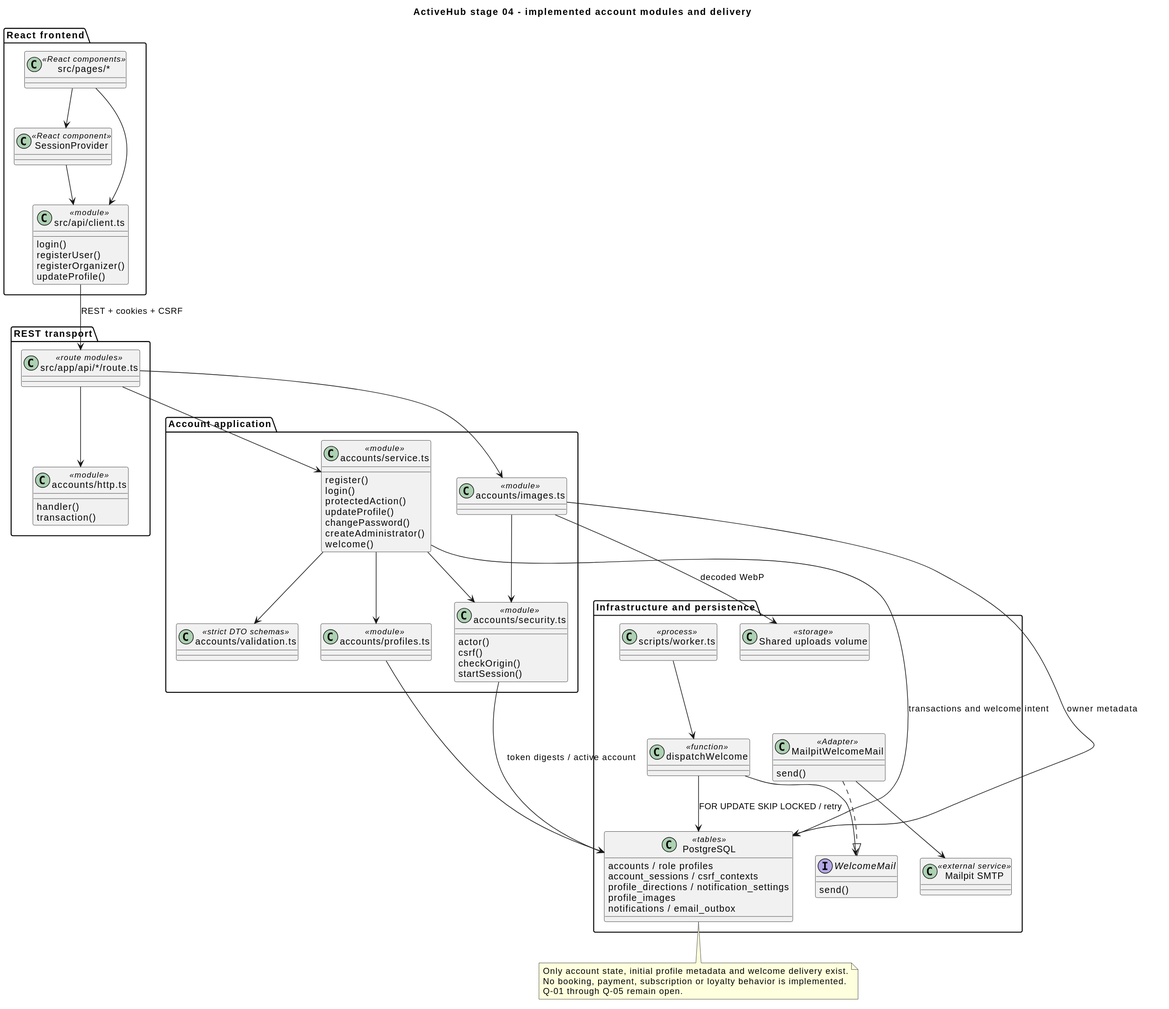
The PlantUML diagram docs/diagrams/accounts-current.svg in Vitaliiir16/activehub-backend, before a commit. Its source is kept beside it as docs/diagrams/accounts-current.puml.
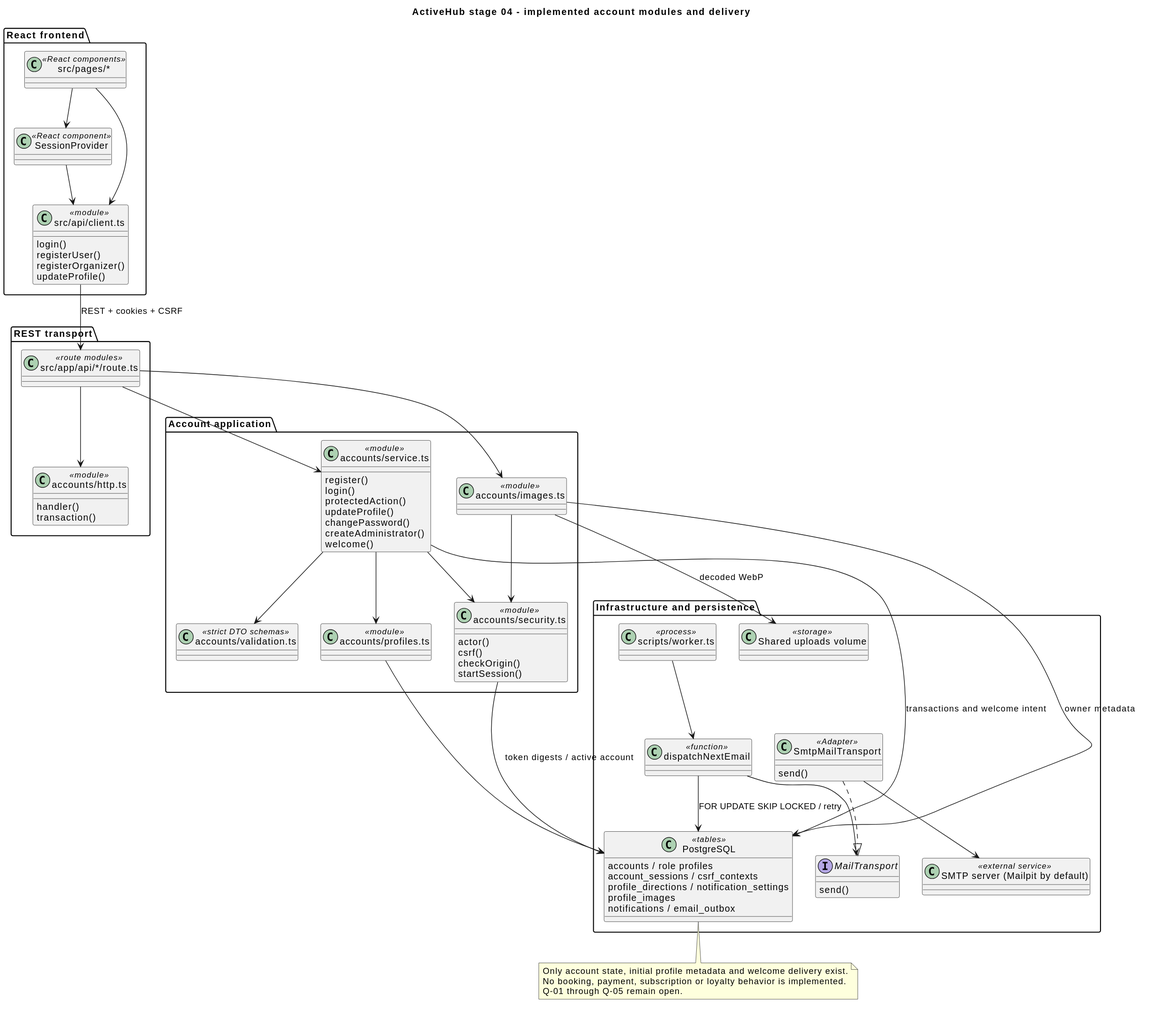
After the change.

What changed in the source:
```diff
@@ -47,14 +47,14 @@
   notifications / email_outbox
  }
  class "scripts/worker.ts" as Worker <<process>>
- class dispatchWelcome <<function>>
- interface WelcomeMail {
+ class dispatchNextEmail <<function>>
+ interface MailTransport {
   send()
  }
- class MailpitWelcomeMail <<Adapter>> {
+ class SmtpMailTransport <<Adapter>> {
   send()
  }
- class "Mailpit SMTP" as SMTP <<external service>>
+ class "SMTP server (Mailpit by default)" as SMTP <<external service>>
  class "Shared uploads volume" as Files <<storage>>
 }
 Pages --> SessionProvider
@@ -73,11 +73,11 @@
 Images --> Security
 Images --> DB : owner metadata
 Images --> Files : decoded WebP
-Worker --> dispatchWelcome
-dispatchWelcome --> DB : FOR UPDATE SKIP LOCKED / retry
-dispatchWelcome --> WelcomeMail
-MailpitWelcomeMail ..|> WelcomeMail
-MailpitWelcomeMail --> SMTP
+Worker --> dispatchNextEmail
+dispatchNextEmail --> DB : FOR UPDATE SKIP LOCKED / retry
+dispatchNextEmail --> MailTransport
+SmtpMailTransport ..|> MailTransport
+SmtpMailTransport --> SMTP
 note bottom of DB
 Only account state, initial profile metadata and welcome delivery exist.
 No booking, payment, subscription or loyalty behavior is implemented.
```
